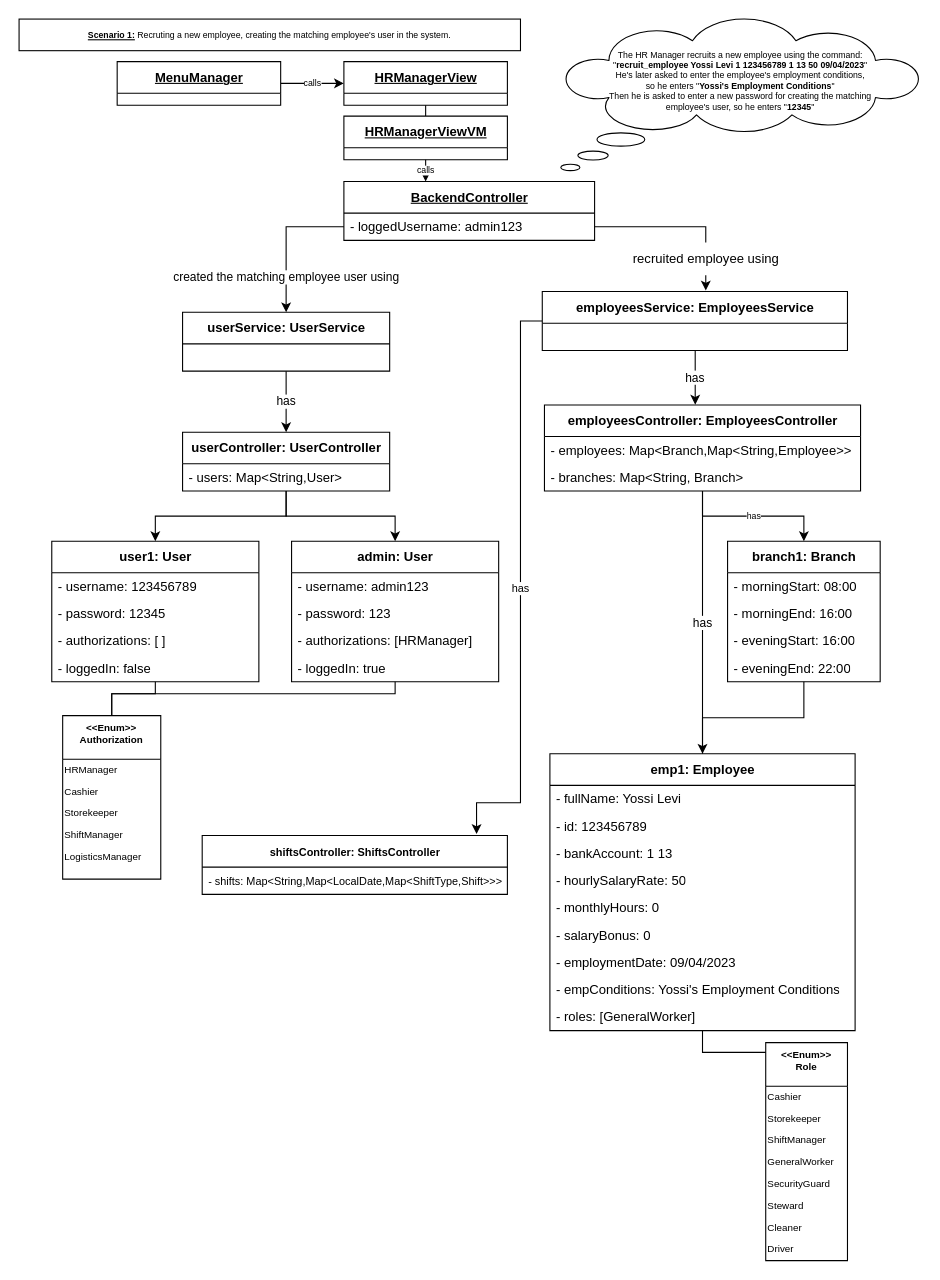
The draw.io diagram docs/Employee_Module/not for submission/ObjectDiagram1.drawio in ADSS-GROUP-M/ADSS_GROUP_M, before the edit. Source tidied: cells renumbered, new cells numbered last; positions are measured from the earlier drawing's top-left corner, leaving out a move shared by most shapes. Both pictures are drawn from the tidied source at 109%, with x=0, y=0 at pixel (19, 19).
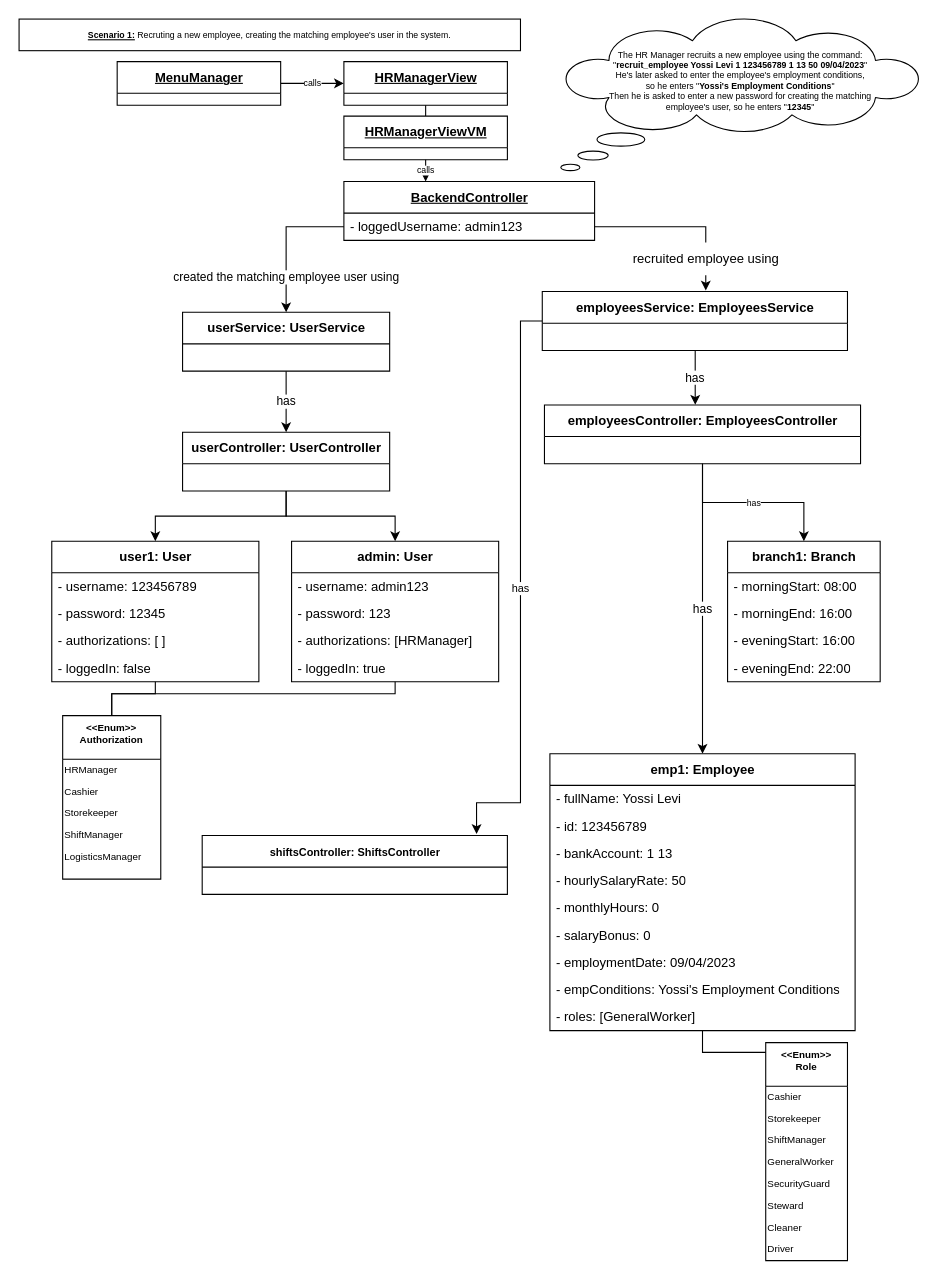
The same diagram, later.

Commit message (it also covers changes not shown here):
Updated Employees diagrams - class diagrams and object diagrams

Unchanged cells that the change refers to:
```xml
<mxCell id="11" value="userController: UserController" style="swimlane;fontStyle=1;align=center;verticalAlign=middle;horizontal=1;startSize=29;html=1;" parent="1" vertex="1">
  <mxGeometry x="150" y="379" width="190" height="54" as="geometry" />
</mxCell>
<mxCell id="31" value="emp1: Employee" style="swimlane;fontStyle=1;align=center;verticalAlign=middle;horizontal=1;startSize=29;html=1;" parent="1" vertex="1">
  <mxGeometry x="487" y="674" width="280" height="254" as="geometry" />
</mxCell>
<mxCell id="53" value="branch1: Branch" style="swimlane;fontStyle=1;align=center;verticalAlign=middle;horizontal=1;startSize=29;html=1;" parent="1" vertex="1">
  <mxGeometry x="650" y="479" width="140" height="129" as="geometry" />
</mxCell>
<mxCell id="58" value="shiftsController: ShiftsController" style="swimlane;fontStyle=1;align=center;verticalAlign=middle;horizontal=1;startSize=29;html=1;fontSize=10;" parent="1" vertex="1">
  <mxGeometry x="168" y="749" width="280" height="54" as="geometry" />
</mxCell>
```

Change to the diagram source:
```diff
@@
-    <mxCell id="12" value="- users: Map&amp;lt;String,User&amp;gt;" style="text;html=1;strokeColor=none;fillColor=none;align=left;verticalAlign=middle;spacingLeft=4;spacingRight=4;overflow=hidden;" parent="11" vertex="1">
-      <mxGeometry y="29" width="190" height="25" as="geometry" />
-    </mxCell>
@@
     <mxCell id="15" value="employeesController: EmployeesController" style="swimlane;fontStyle=1;align=center;verticalAlign=middle;horizontal=1;startSize=29;html=1;" parent="1" vertex="1">
-      <mxGeometry x="482" y="354" width="290" height="79" as="geometry" />
+      <mxGeometry x="482" y="354" width="290" height="54" as="geometry" />
     </mxCell>
-    <mxCell id="16" value="- employees: Map&amp;lt;Branch,Map&amp;lt;String,Employee&amp;gt;&amp;gt;" style="text;html=1;strokeColor=none;fillColor=none;align=left;verticalAlign=middle;spacingLeft=4;spacingRight=4;overflow=hidden;" parent="15" vertex="1">
-      <mxGeometry y="29" width="290" height="25" as="geometry" />
-    </mxCell>
-    <mxCell id="17" value="- branches: Map&amp;lt;String, Branch&amp;gt;" style="text;html=1;strokeColor=none;fillColor=none;align=left;verticalAlign=middle;spacingLeft=4;spacingRight=4;overflow=hidden;" parent="15" vertex="1">
-      <mxGeometry y="54" width="290" height="25" as="geometry" />
-    </mxCell>
@@
-    <mxCell id="52" style="edgeStyle=orthogonalEdgeStyle;rounded=0;jettySize=auto;html=1;entryX=0.5;entryY=0;entryDx=0;entryDy=0;fontSize=8;endArrow=none;endFill=0;" parent="1" edge="1" source="53" target="31">
-      <mxGeometry relative="1" as="geometry" />
-    </mxCell>
@@
-    <mxCell id="59" value="- shifts: Map&amp;lt;String,Map&amp;lt;LocalDate,Map&amp;lt;ShiftType,Shift&amp;gt;&amp;gt;&amp;gt;" style="text;html=1;strokeColor=none;fillColor=none;align=left;verticalAlign=middle;spacingLeft=4;spacingRight=4;overflow=hidden;fontSize=10;" parent="58" vertex="1">
-      <mxGeometry y="29" width="280" height="25" as="geometry" />
-    </mxCell>
```
